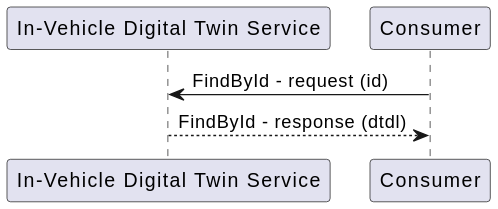
The PlantUML diagram docs/design/diagrams/findbyid_sequence.svg in eclipse-ibeji/ibeji, before a commit. Source of this version:
```plantuml
@startuml
participant "In-Vehicle Digital Twin Service"
participant "Consumer"

"Consumer" -> "In-Vehicle Digital Twin Service" : FindById - request (id)
"In-Vehicle Digital Twin Service" --> "Consumer" : FindById - response (dtdl)
@enduml
```
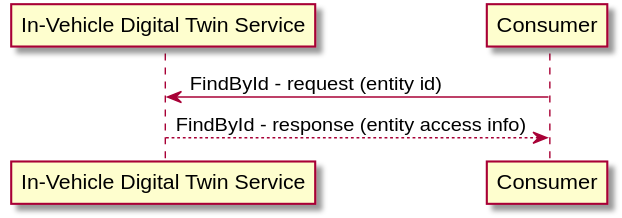
The same diagram one commit later.

Change to the diagram source:
```diff
@@ -1,7 +1,9 @@
 @startuml
+
 participant "In-Vehicle Digital Twin Service"
 participant "Consumer"
 
-"Consumer" -> "In-Vehicle Digital Twin Service" : FindById - request (id)
-"In-Vehicle Digital Twin Service" --> "Consumer" : FindById - response (dtdl)
+"Consumer" -> "In-Vehicle Digital Twin Service" : FindById - request (entity id)
+"In-Vehicle Digital Twin Service" --> "Consumer" : FindById - response (entity access info)
+
 @enduml
```
